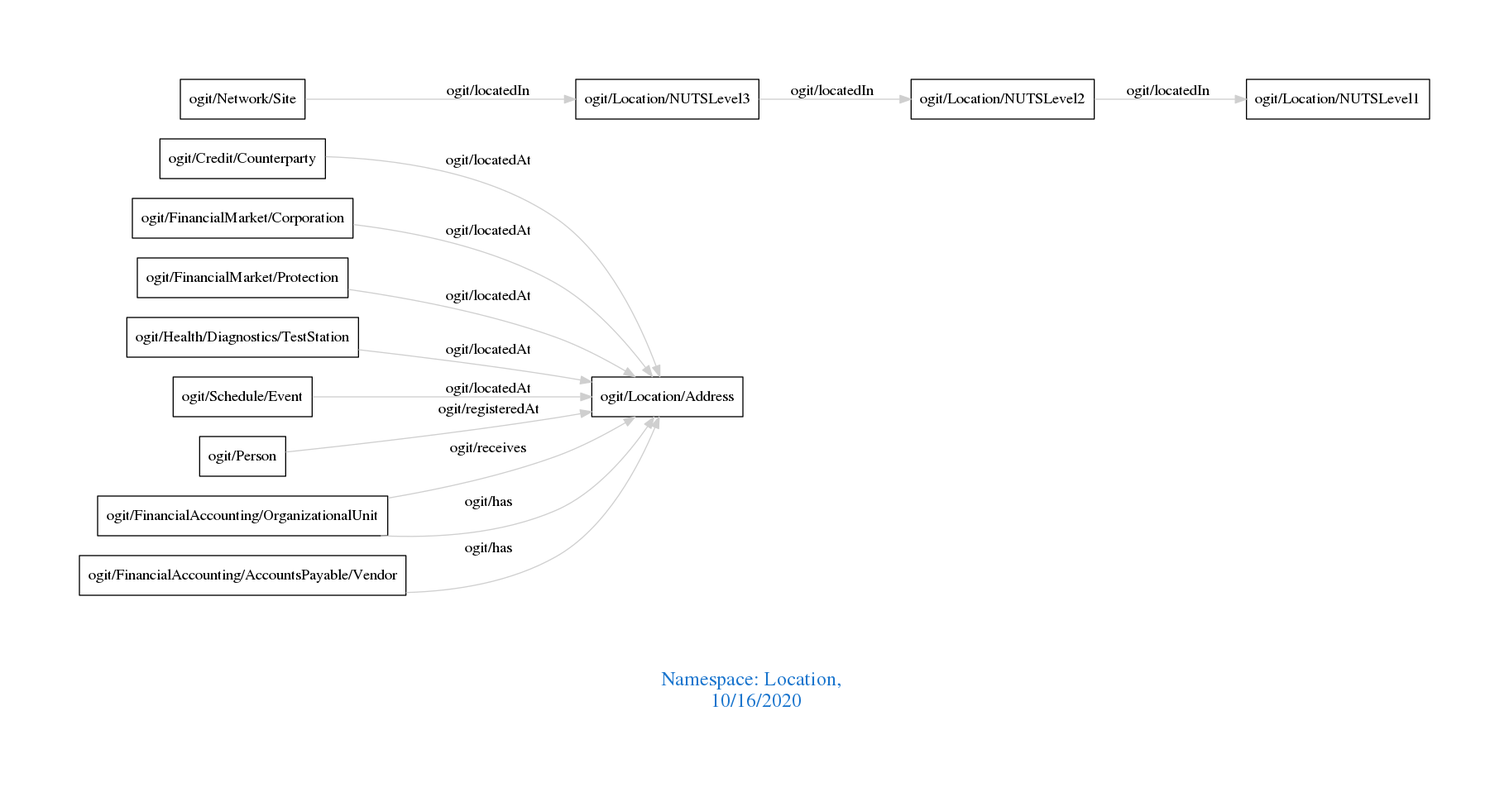
arago/OGIT keeps this Graphviz diagram as downloads/Location.png. Above is the earlier version. Its source is kept beside it as downloads/Location.dot.
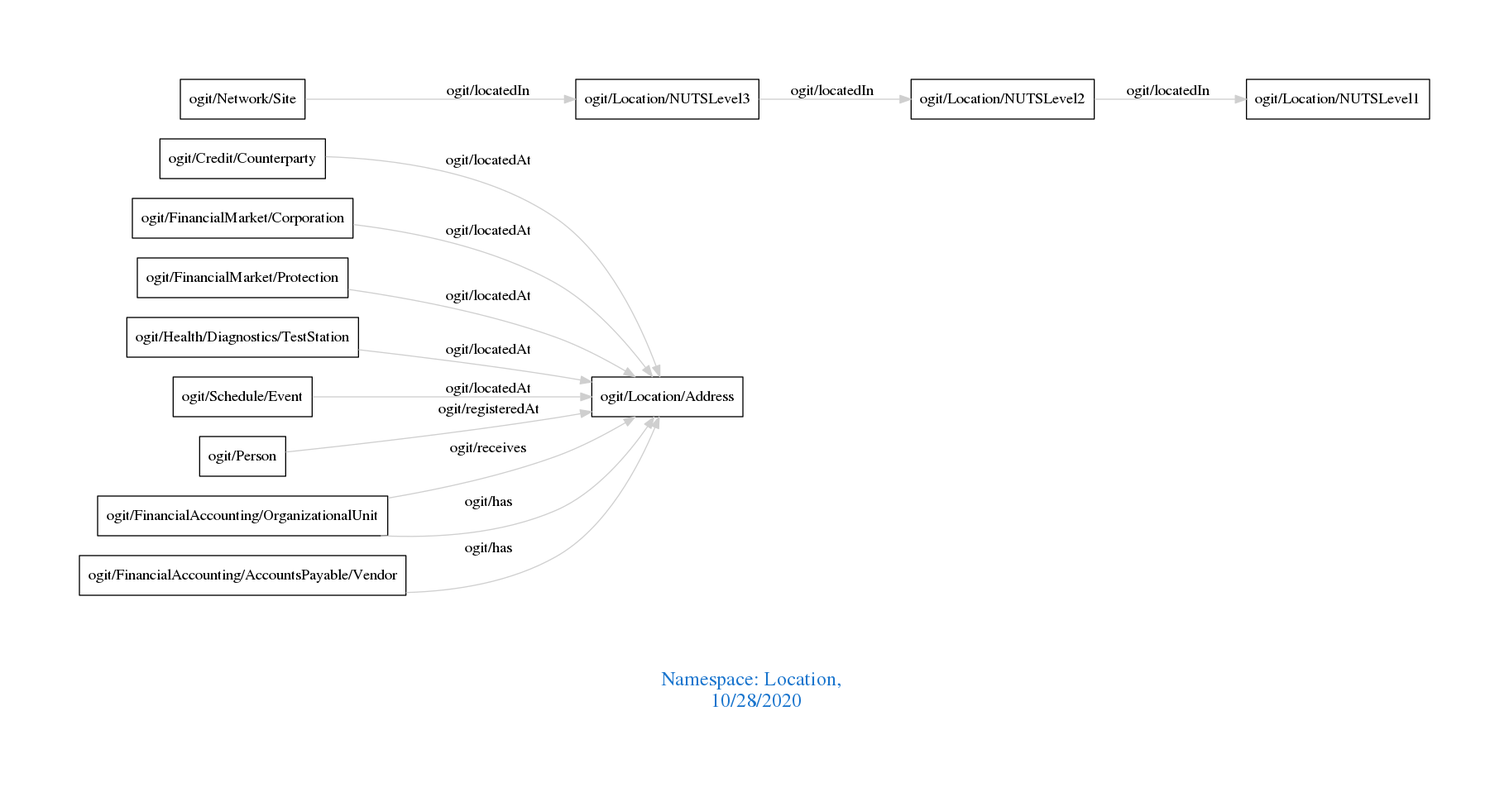
After the commit.

Change to the diagram source:
```diff
@@ -1,7 +1,7 @@
 digraph OGIT_ontology {
  graph [ rankdir= LR,pad=1
 fontsize = 18,
-fontcolor= dodgerblue3,label = "\n\n\nNamespace: Location, \n 10/16/2020"];
+fontcolor= dodgerblue3,label = "\n\n\nNamespace: Location, \n 10/28/2020"];
 node[shape=polygon];
 edge [  color="gray81"];
 
```
